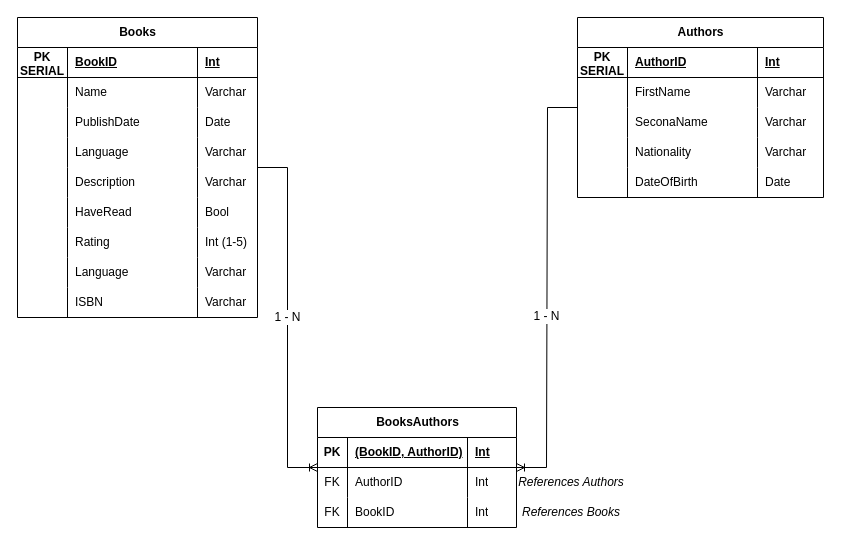
Above: navrhy/DB navrh - elektlabs.drawio in MatyasBalcar/elektlabs-staz (draw.io), before the change. Source tidied: cells renumbered, new cells numbered last; positions are measured from the earlier drawing's top-left corner, leaving out a move shared by most shapes. Both pictures are drawn from the tidied source at 100%, with x=0, y=0 at pixel (17, 17).
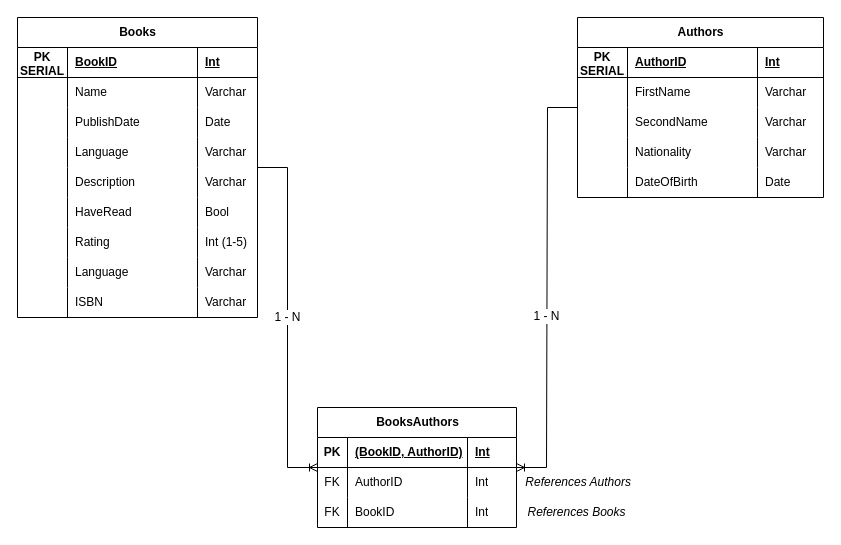
Above is the later version.

The change refers to these unchanged cells:
```xml
<mxCell id="48" style="shape=tableRow;horizontal=0;startSize=0;swimlaneHead=0;swimlaneBody=0;fillColor=none;top=0;left=0;right=0;bottom=0;" parent="39" vertex="1">
  <mxGeometry y="90" width="246" height="30" as="geometry" />
</mxCell>
```

Change to the diagram source:
```diff
@@
-    <mxCell id="50" value="SeconaName" style="shape=partialRectangle;fillColor=none;top=0;left=0;bottom=0;right=0;align=left;spacingLeft=6;overflow=hidden;whiteSpace=wrap;html=1;" parent="48" vertex="1">
+    <mxCell id="50" value="SecondName" style="shape=partialRectangle;fillColor=none;top=0;left=0;bottom=0;right=0;align=left;spacingLeft=6;overflow=hidden;whiteSpace=wrap;html=1;" parent="48" vertex="1">
       <mxGeometry x="50" width="130" height="30" as="geometry" />
     </mxCell>
@@
-    <mxCell id="75" value="References Authors" style="text;html=1;whiteSpace=wrap;strokeColor=none;fillColor=none;align=center;verticalAlign=middle;rounded=0;fontStyle=2;" parent="1" vertex="1">
-      <mxGeometry x="499" y="450" width="110" height="30" as="geometry" />
+    <mxCell id="75" value="&amp;nbsp;References Authors" style="text;html=1;whiteSpace=wrap;strokeColor=none;fillColor=none;align=center;verticalAlign=middle;rounded=0;fontStyle=2;" parent="1" vertex="1">
+      <mxGeometry x="499" y="450" width="121" height="30" as="geometry" />
     </mxCell>
     <mxCell id="76" value="References Books" style="text;html=1;whiteSpace=wrap;strokeColor=none;fillColor=none;align=center;verticalAlign=middle;rounded=0;fontStyle=2;" parent="1" vertex="1">
-      <mxGeometry x="499" y="480" width="110" height="30" as="geometry" />
+      <mxGeometry x="499" y="480" width="121" height="30" as="geometry" />
     </mxCell>
```
